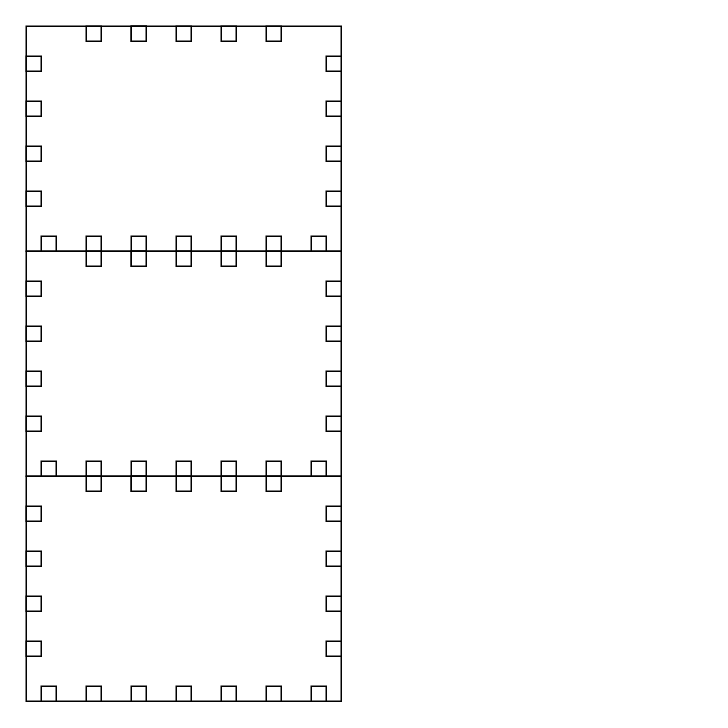
The draw.io diagram Projeto de Rede.drawio in gabrielrcruz/IFC, before the edit. Source tidied: cells renumbered, new cells numbered last; positions are measured from the earlier drawing's top-left corner, leaving out a move shared by most shapes. Both pictures are drawn from the tidied source at 150%, with x=0, y=0 at pixel (26, 26).
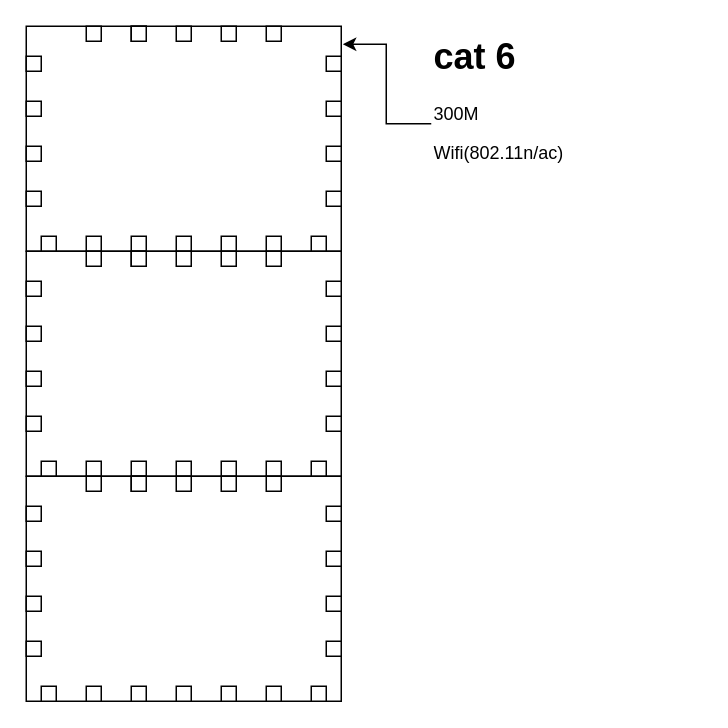
The same diagram, later.

The change refers to these unchanged cells:
```xml
<mxCell id="2" style="rounded=0;whiteSpace=wrap;html=1;" parent="1" vertex="1">
  <mxGeometry width="210" height="150" as="geometry" />
</mxCell>
```

The edit, as a diff of the source:
```diff
@@
+    <mxCell id="68" value="&lt;h1 style=&quot;margin-top: 0px;&quot;&gt;cat 6&lt;/h1&gt;&lt;p&gt;300M&lt;/p&gt;&lt;p&gt;Wifi(802.11n/ac)&lt;/p&gt;&lt;p&gt;&lt;br&gt;&lt;/p&gt;" style="text;html=1;whiteSpace=wrap;overflow=hidden;rounded=0;" parent="1" vertex="1">
+      <mxGeometry x="270" width="180" height="130" as="geometry" />
+    </mxCell>
+    <mxCell id="69" style="edgeStyle=orthogonalEdgeStyle;rounded=0;jettySize=auto;html=1;entryX=1.005;entryY=0.08;entryDx=0;entryDy=0;entryPerimeter=0;" parent="1" edge="1" source="68" target="2">
+      <mxGeometry relative="1" as="geometry" />
+    </mxCell>
```
